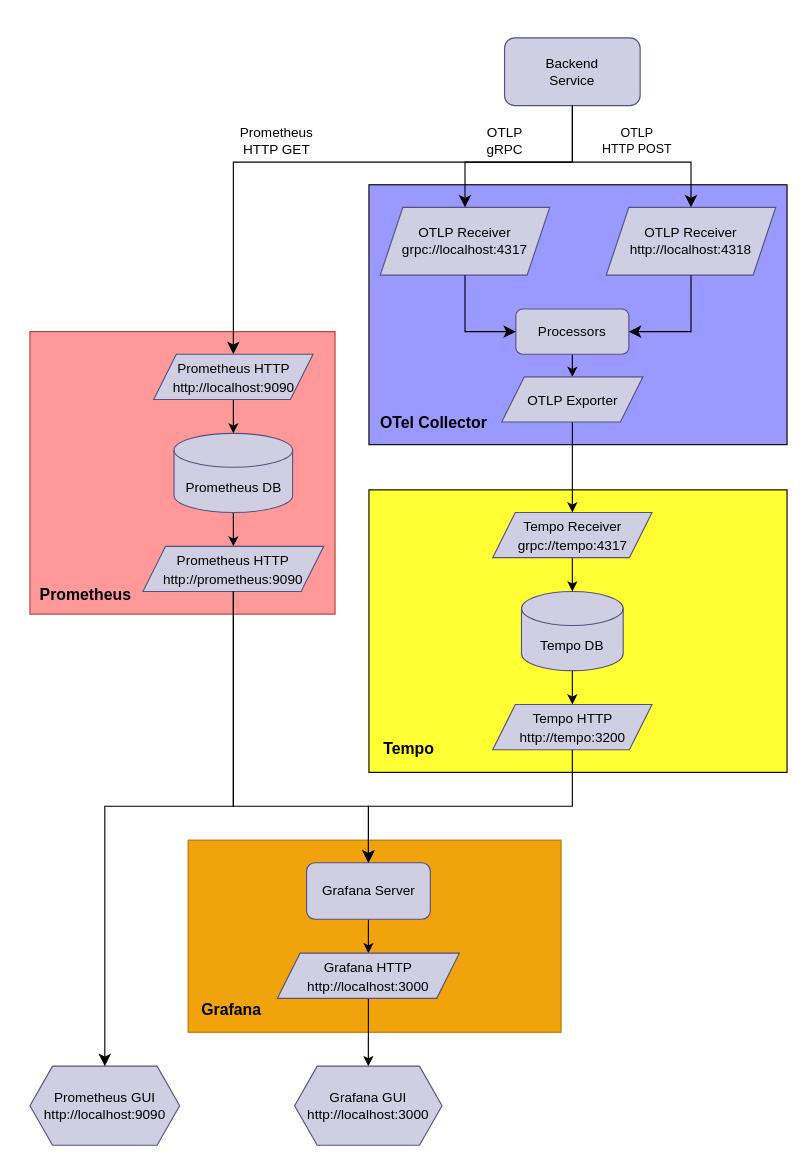
Earlier version of the draw.io diagram figure/structure.drawio (gary1030/observability-demo). Source tidied: cells renumbered, new cells numbered last; positions are measured from the earlier drawing's top-left corner, leaving out a move shared by most shapes. Both pictures are drawn from the tidied source at 113%, with x=0, y=0 at pixel (29, 37).
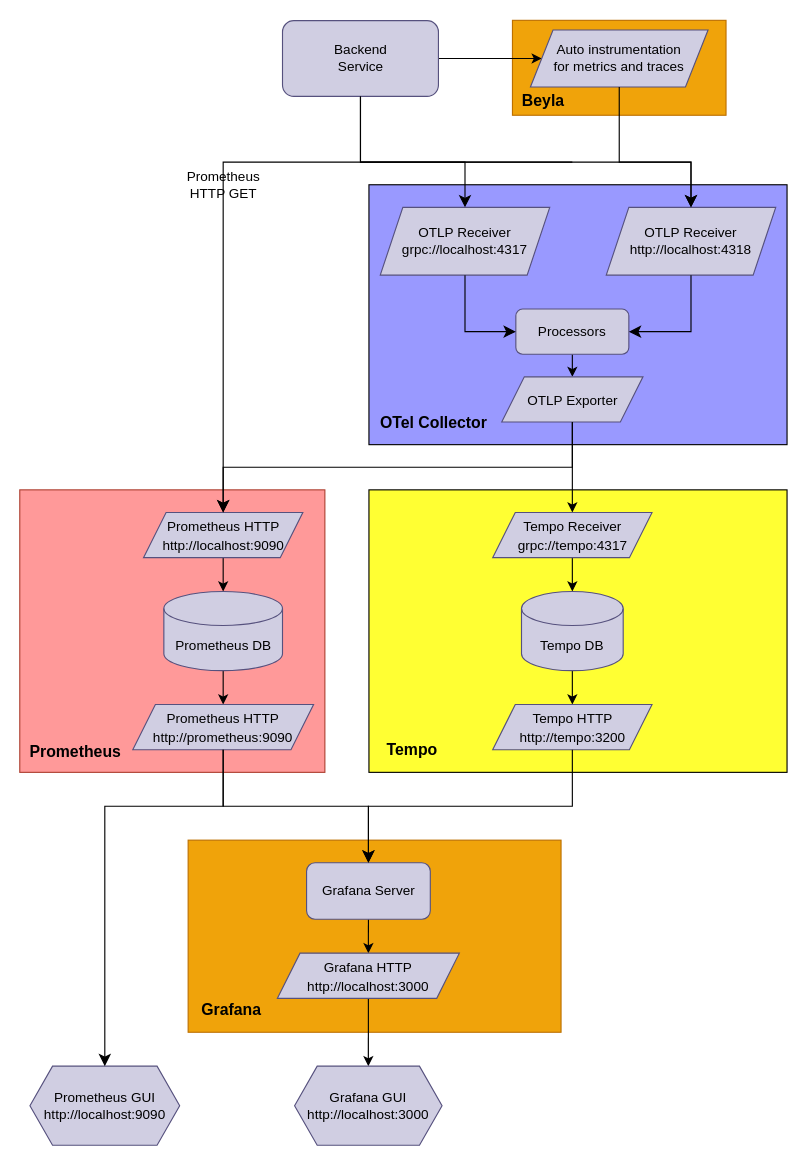
The same page after the edit.

The change refers to these unchanged cells:
```xml
<mxCell id="5" value="&lt;font color=&quot;#000000&quot;&gt;OTLP Receiver&lt;br&gt;http://localhost:4318&lt;/font&gt;" style="shape=parallelogram;perimeter=parallelogramPerimeter;whiteSpace=wrap;html=1;fixedSize=1;fillColor=#d0cee2;strokeColor=#56517e;" parent="1" vertex="1">
  <mxGeometry x="510" y="150" width="150" height="60" as="geometry" />
</mxCell>
<mxCell id="8" style="edgeStyle=elbowEdgeStyle;elbow=vertical;endArrow=classic;html=1;curved=0;rounded=0;endSize=8;startSize=8;exitX=0.5;exitY=1;exitDx=0;exitDy=0;entryX=0.5;entryY=0;entryDx=0;entryDy=0;strokeColor=#000000;" parent="1" edge="1" source="2" target="5">
  <mxGeometry relative="1" as="geometry">
    <Array as="points">
      <mxPoint x="530" y="110" />
    </Array>
  </mxGeometry>
</mxCell>
<mxCell id="17" value="&lt;font color=&quot;#000000&quot; style=&quot;font-size: 12px;&quot;&gt;OTLP Exporter&lt;/font&gt;" style="shape=parallelogram;perimeter=parallelogramPerimeter;whiteSpace=wrap;html=1;fixedSize=1;fontSize=14;fillColor=#d0cee2;strokeColor=#56517e;" parent="1" vertex="1">
  <mxGeometry x="417.5" y="300" width="125" height="40" as="geometry" />
</mxCell>
```

Diff of the diagram source:
```diff
@@
+    <mxCell id="44" style="rounded=0;whiteSpace=wrap;html=1;fillColor=#f0a30a;fontColor=#000000;strokeColor=#BD7000;" parent="1" vertex="1">
+      <mxGeometry x="427" y="-15.5" width="189" height="84" as="geometry" />
+    </mxCell>
+    <mxCell id="45" style="edgeStyle=none;html=1;fontColor=#000000;strokeColor=#000000;entryX=0;entryY=0.5;entryDx=0;entryDy=0;" parent="1" edge="1" source="2" target="47">
+      <mxGeometry relative="1" as="geometry" />
+    </mxCell>
     <mxCell id="2" value="&lt;font color=&quot;#000000&quot;&gt;Backend&lt;br&gt;Service&lt;/font&gt;" style="rounded=1;whiteSpace=wrap;html=1;fillColor=#d0cee2;strokeColor=#56517e;" parent="1" vertex="1">
-      <mxGeometry x="420" width="120" height="60" as="geometry" />
+      <mxGeometry x="223.5" y="-15.2" width="138" height="67" as="geometry" />
     </mxCell>
@@
-    <mxCell id="9" value="&lt;font color=&quot;#000000&quot;&gt;OTLP&lt;br&gt;HTTP POST&lt;/font&gt;" style="edgeLabel;html=1;align=center;verticalAlign=middle;labelBackgroundColor=none;" parent="8" vertex="1">
-      <mxGeometry x="0.18" y="1" relative="1" as="geometry">
-        <mxPoint x="-9" y="-19" as="offset" />
-      </mxGeometry>
-    </mxCell>
@@
-    <mxCell id="11" value="&lt;font color=&quot;#000000&quot;&gt;OTLP&lt;br&gt;gRPC&lt;/font&gt;" style="text;html=1;align=center;verticalAlign=middle;strokeColor=none;fillColor=none;" parent="1" vertex="1">
-      <mxGeometry x="395" y="70" width="50" height="41" as="geometry" />
-    </mxCell>
@@
-    <mxCell id="18" value="&lt;font color=&quot;#000000&quot; style=&quot;font-size: 14px;&quot;&gt;Tempo&lt;/font&gt;" style="text;strokeColor=none;fillColor=none;html=1;fontSize=24;fontStyle=1;verticalAlign=middle;align=center;" parent="1" vertex="1">
-      <mxGeometry x="309" y="606" width="51" height="40" as="geometry" />
+    <mxCell id="18" value="&lt;font color=&quot;#000000&quot; style=&quot;font-size: 14px;&quot;&gt;Tempo&lt;br&gt;&lt;/font&gt;" style="text;strokeColor=none;fillColor=none;html=1;fontSize=24;fontStyle=1;verticalAlign=middle;align=center;" parent="1" vertex="1">
+      <mxGeometry x="303" y="607" width="69" height="40" as="geometry" />
     </mxCell>
@@
     <mxCell id="24" style="rounded=0;whiteSpace=wrap;html=1;fontSize=14;fillColor=#FF9999;strokeColor=#ae4132;" parent="1" vertex="1">
-      <mxGeometry y="260" width="270" height="250" as="geometry" />
+      <mxGeometry x="-9" y="400" width="270" height="250" as="geometry" />
     </mxCell>
-    <mxCell id="25" value="&lt;font color=&quot;#000000&quot; style=&quot;font-size: 14px;&quot;&gt;Prometheus&lt;/font&gt;" style="text;strokeColor=none;fillColor=none;html=1;fontSize=24;fontStyle=1;verticalAlign=middle;align=center;" parent="1" vertex="1">
-      <mxGeometry x="13" y="472" width="71" height="36" as="geometry" />
+    <mxCell id="25" value="&lt;p style=&quot;line-height: 70%;&quot;&gt;&lt;font color=&quot;#000000&quot; style=&quot;font-size: 14px;&quot;&gt;Prometheus&lt;br&gt;&lt;/font&gt;&lt;/p&gt;" style="text;strokeColor=none;fillColor=none;html=1;fontSize=24;fontStyle=1;verticalAlign=middle;align=center;" parent="1" vertex="1">
+      <mxGeometry x="4" y="612" width="71" height="36" as="geometry" />
     </mxCell>
@@
     <mxCell id="27" value="&lt;font style=&quot;font-size: 12px;&quot;&gt;&lt;font color=&quot;#000000&quot;&gt;Prometheus HTTP&lt;br&gt;http://localhost:9090&lt;/font&gt;&lt;br&gt;&lt;/font&gt;" style="shape=parallelogram;perimeter=parallelogramPerimeter;whiteSpace=wrap;html=1;fixedSize=1;fontSize=14;fillColor=#d0cee2;strokeColor=#56517e;" parent="1" vertex="1">
-      <mxGeometry x="109.5" y="280" width="141" height="40" as="geometry" />
+      <mxGeometry x="100.5" y="420" width="141" height="40" as="geometry" />
     </mxCell>
@@
     <mxCell id="29" value="&lt;font color=&quot;#000000&quot;&gt;Prometheus DB&lt;/font&gt;" style="shape=cylinder3;whiteSpace=wrap;html=1;boundedLbl=1;backgroundOutline=1;size=15;fontSize=12;fillColor=#d0cee2;strokeColor=#56517e;" parent="1" vertex="1">
-      <mxGeometry x="127.5" y="350" width="105" height="70" as="geometry" />
+      <mxGeometry x="118.5" y="490" width="105" height="70" as="geometry" />
     </mxCell>
     <mxCell id="30" value="&lt;font style=&quot;font-size: 12px;&quot;&gt;&lt;font color=&quot;#000000&quot;&gt;Prometheus HTTP&lt;br&gt;http://prometheus:9090&lt;/font&gt;&lt;br&gt;&lt;/font&gt;" style="shape=parallelogram;perimeter=parallelogramPerimeter;whiteSpace=wrap;html=1;fixedSize=1;fontSize=14;fillColor=#d0cee2;strokeColor=#56517e;" parent="1" vertex="1">
-      <mxGeometry x="100" y="450" width="160" height="40" as="geometry" />
+      <mxGeometry x="91" y="590" width="160" height="40" as="geometry" />
     </mxCell>
     <mxCell id="31" style="edgeStyle=elbowEdgeStyle;elbow=horizontal;endArrow=classic;html=1;curved=0;rounded=0;endSize=8;startSize=8;fontSize=12;entryX=0.5;entryY=0;entryDx=0;entryDy=0;strokeColor=#000000;" parent="1" edge="1" target="27">
       <mxGeometry relative="1" as="geometry">
         <mxPoint x="480" y="110" as="sourcePoint" />
         <Array as="points">
+          <mxPoint x="171" y="297" />
+          <mxPoint x="155" y="239" />
           <mxPoint x="180" y="160" />
         </Array>
       </mxGeometry>
     </mxCell>
@@
+    <mxCell id="46" style="edgeStyle=elbowEdgeStyle;elbow=vertical;endArrow=classic;html=1;curved=0;rounded=0;endSize=8;startSize=8;fontSize=12;exitX=0.5;exitY=1;exitDx=0;exitDy=0;entryX=0.5;entryY=0;entryDx=0;entryDy=0;strokeColor=#000000;" parent="1" edge="1" source="17" target="27">
+      <mxGeometry relative="1" as="geometry" />
+    </mxCell>
+    <mxCell id="47" value="&lt;font color=&quot;#000000&quot;&gt;Auto instrumentation&lt;br&gt;for metrics and traces&lt;br&gt;&lt;/font&gt;" style="shape=parallelogram;perimeter=parallelogramPerimeter;whiteSpace=wrap;html=1;fixedSize=1;fillColor=#d0cee2;strokeColor=#56517e;" parent="1" vertex="1">
+      <mxGeometry x="442.9" y="-7" width="157.2" height="50.5" as="geometry" />
+    </mxCell>
+    <mxCell id="48" style="edgeStyle=elbowEdgeStyle;elbow=vertical;endArrow=classic;html=1;curved=0;rounded=0;endSize=8;startSize=8;exitX=0.5;exitY=1;exitDx=0;exitDy=0;entryX=0.5;entryY=0;entryDx=0;entryDy=0;strokeColor=#000000;" parent="1" edge="1" source="47" target="5">
+      <mxGeometry relative="1" as="geometry">
+        <Array as="points">
+          <mxPoint x="511" y="110" />
+        </Array>
+      </mxGeometry>
+    </mxCell>
+    <mxCell id="49" value="&lt;font color=&quot;#000000&quot; style=&quot;font-size: 14px;&quot;&gt;Beyla&lt;/font&gt;" style="text;strokeColor=none;fillColor=none;html=1;fontSize=24;fontStyle=1;verticalAlign=middle;align=center;" parent="1" vertex="1">
+      <mxGeometry x="425" y="40" width="57" height="25" as="geometry" />
+    </mxCell>
```
